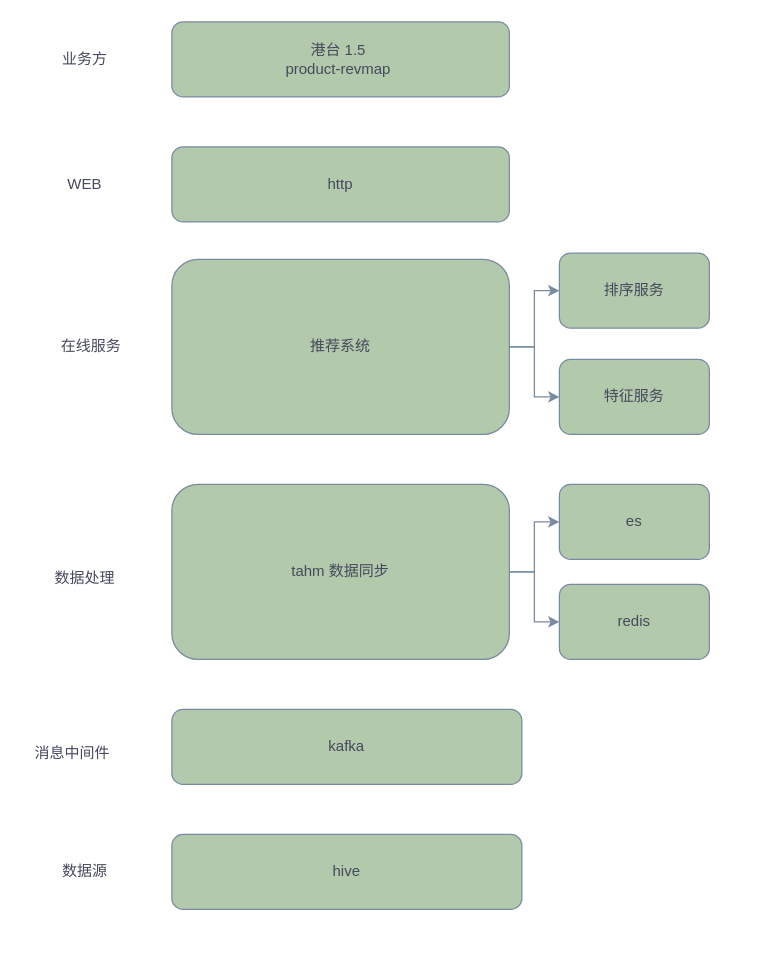
Above: 港台商品推荐.drawio in silan-liu/drawio (draw.io), before the change. Source tidied: cells renumbered, new cells numbered last; positions are measured from the earlier drawing's top-left corner, leaving out a move shared by most shapes. Both pictures are drawn from the tidied source at 125%, with x=0, y=0 at pixel (21, 21).
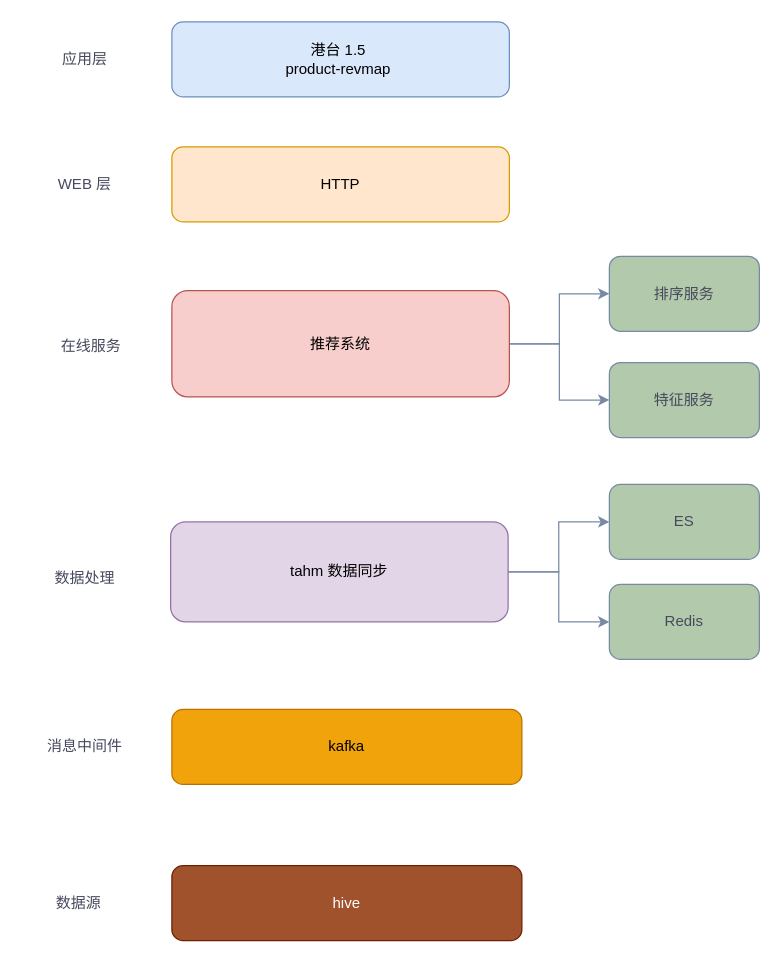
The same page after the edit.

Commit message (it also covers changes not shown here):
更新港台商品推荐.drawio

What changed in the source:
```diff
@@
-    <mxCell id="2" value="港台 1.5&amp;nbsp;&lt;div class=&quot;lake-content&quot;&gt;product-revmap&amp;nbsp;&lt;/div&gt;" style="rounded=1;whiteSpace=wrap;html=1;labelBackgroundColor=none;fillColor=#B2C9AB;strokeColor=#788AA3;fontColor=#46495D;" parent="1" vertex="1">
+    <mxCell id="2" value="港台 1.5&amp;nbsp;&lt;div class=&quot;lake-content&quot;&gt;product-revmap&amp;nbsp;&lt;/div&gt;" style="rounded=1;whiteSpace=wrap;html=1;labelBackgroundColor=none;fillColor=#dae8fc;strokeColor=#6c8ebf;" parent="1" vertex="1">
       <mxGeometry x="120" width="270" height="60" as="geometry" />
     </mxCell>
-    <mxCell id="3" value="业务方" style="text;html=1;align=center;verticalAlign=middle;strokeColor=none;fillColor=none;labelBackgroundColor=none;fontColor=#46495D;" parent="1" vertex="1">
+    <mxCell id="3" value="应用层" style="text;html=1;align=center;verticalAlign=middle;strokeColor=none;fillColor=none;labelBackgroundColor=none;fontColor=#46495D;" parent="1" vertex="1">
       <mxGeometry x="20" y="15" width="60" height="30" as="geometry" />
     </mxCell>
-    <mxCell id="4" value="http" style="rounded=1;whiteSpace=wrap;html=1;labelBackgroundColor=none;fillColor=#B2C9AB;strokeColor=#788AA3;fontColor=#46495D;" parent="1" vertex="1">
+    <mxCell id="4" value="HTTP" style="rounded=1;whiteSpace=wrap;html=1;labelBackgroundColor=none;fillColor=#ffe6cc;strokeColor=#d79b00;" parent="1" vertex="1">
       <mxGeometry x="120" y="100" width="270" height="60" as="geometry" />
     </mxCell>
-    <mxCell id="5" value="WEB" style="text;html=1;align=center;verticalAlign=middle;strokeColor=none;fillColor=none;labelBackgroundColor=none;fontColor=#46495D;" parent="1" vertex="1">
-      <mxGeometry x="25" y="115" width="50" height="30" as="geometry" />
+    <mxCell id="5" value="WEB 层" style="text;html=1;align=center;verticalAlign=middle;strokeColor=none;fillColor=none;labelBackgroundColor=none;fontColor=#46495D;" parent="1" vertex="1">
+      <mxGeometry x="15" y="115" width="70" height="30" as="geometry" />
     </mxCell>
@@
-    <mxCell id="8" value="推荐系统" style="rounded=1;whiteSpace=wrap;html=1;labelBackgroundColor=none;fillColor=#B2C9AB;strokeColor=#788AA3;fontColor=#46495D;" parent="1" vertex="1">
-      <mxGeometry x="120" y="190" width="270" height="140" as="geometry" />
+    <mxCell id="8" value="推荐系统" style="rounded=1;whiteSpace=wrap;html=1;labelBackgroundColor=none;fillColor=#f8cecc;strokeColor=#b85450;" parent="1" vertex="1">
+      <mxGeometry x="120" y="215" width="270" height="85" as="geometry" />
     </mxCell>
@@
     <mxCell id="10" value="排序服务" style="rounded=1;whiteSpace=wrap;html=1;labelBackgroundColor=none;fillColor=#B2C9AB;strokeColor=#788AA3;fontColor=#46495D;" parent="1" vertex="1">
-      <mxGeometry x="430" y="185" width="120" height="60" as="geometry" />
+      <mxGeometry x="470" y="187.5" width="120" height="60" as="geometry" />
     </mxCell>
     <mxCell id="11" value="特征服务" style="rounded=1;whiteSpace=wrap;html=1;labelBackgroundColor=none;fillColor=#B2C9AB;strokeColor=#788AA3;fontColor=#46495D;" parent="1" vertex="1">
-      <mxGeometry x="430" y="270" width="120" height="60" as="geometry" />
+      <mxGeometry x="470" y="272.5" width="120" height="60" as="geometry" />
     </mxCell>
@@
-    <mxCell id="14" value="tahm 数据同步" style="rounded=1;whiteSpace=wrap;html=1;labelBackgroundColor=none;fillColor=#B2C9AB;strokeColor=#788AA3;fontColor=#46495D;" parent="1" vertex="1">
-      <mxGeometry x="120" y="370" width="270" height="140" as="geometry" />
+    <mxCell id="14" value="tahm 数据同步" style="rounded=1;whiteSpace=wrap;html=1;labelBackgroundColor=none;fillColor=#e1d5e7;strokeColor=#9673a6;" parent="1" vertex="1">
+      <mxGeometry x="119" y="400" width="270" height="80" as="geometry" />
     </mxCell>
@@
-    <mxCell id="16" value="es" style="rounded=1;whiteSpace=wrap;html=1;labelBackgroundColor=none;fillColor=#B2C9AB;strokeColor=#788AA3;fontColor=#46495D;" parent="1" vertex="1">
-      <mxGeometry x="430" y="370" width="120" height="60" as="geometry" />
+    <mxCell id="16" value="ES" style="rounded=1;whiteSpace=wrap;html=1;labelBackgroundColor=none;fillColor=#B2C9AB;strokeColor=#788AA3;fontColor=#46495D;" parent="1" vertex="1">
+      <mxGeometry x="470" y="370" width="120" height="60" as="geometry" />
     </mxCell>
-    <mxCell id="17" value="redis" style="rounded=1;whiteSpace=wrap;html=1;labelBackgroundColor=none;fillColor=#B2C9AB;strokeColor=#788AA3;fontColor=#46495D;" parent="1" vertex="1">
-      <mxGeometry x="430" y="450" width="120" height="60" as="geometry" />
+    <mxCell id="17" value="Redis" style="rounded=1;whiteSpace=wrap;html=1;labelBackgroundColor=none;fillColor=#B2C9AB;strokeColor=#788AA3;fontColor=#46495D;" parent="1" vertex="1">
+      <mxGeometry x="470" y="450" width="120" height="60" as="geometry" />
     </mxCell>
-    <mxCell id="18" value="hive" style="rounded=1;whiteSpace=wrap;html=1;labelBackgroundColor=none;fillColor=#B2C9AB;strokeColor=#788AA3;fontColor=#46495D;" parent="1" vertex="1">
-      <mxGeometry x="120" y="650" width="280" height="60" as="geometry" />
-    </mxCell>
     <mxCell id="19" value="数据源" style="text;html=1;align=center;verticalAlign=middle;strokeColor=none;fillColor=none;labelBackgroundColor=none;fontColor=#46495D;" parent="1" vertex="1">
-      <mxGeometry x="20" y="665" width="60" height="30" as="geometry" />
+      <mxGeometry x="15" y="690" width="60" height="30" as="geometry" />
     </mxCell>
-    <mxCell id="20" value="kafka" style="rounded=1;whiteSpace=wrap;html=1;labelBackgroundColor=none;fillColor=#B2C9AB;strokeColor=#788AA3;fontColor=#46495D;" parent="1" vertex="1">
+    <mxCell id="20" value="kafka" style="rounded=1;whiteSpace=wrap;html=1;labelBackgroundColor=none;fillColor=#f0a30a;strokeColor=#BD7000;fontColor=#000000;" parent="1" vertex="1">
       <mxGeometry x="120" y="550" width="280" height="60" as="geometry" />
     </mxCell>
     <mxCell id="21" value="消息中间件" style="text;html=1;align=center;verticalAlign=middle;strokeColor=none;fillColor=none;labelBackgroundColor=none;fontColor=#46495D;" parent="1" vertex="1">
-      <mxGeometry y="570" width="80" height="30" as="geometry" />
+      <mxGeometry x="10" y="565" width="80" height="30" as="geometry" />
     </mxCell>
+    <mxCell id="18" value="hive" style="rounded=1;whiteSpace=wrap;html=1;strokeColor=#6D1F00;fontColor=#ffffff;fillColor=#a0522d;" parent="1" vertex="1">
+      <mxGeometry x="120" y="675" width="280" height="60" as="geometry" />
+    </mxCell>
```
